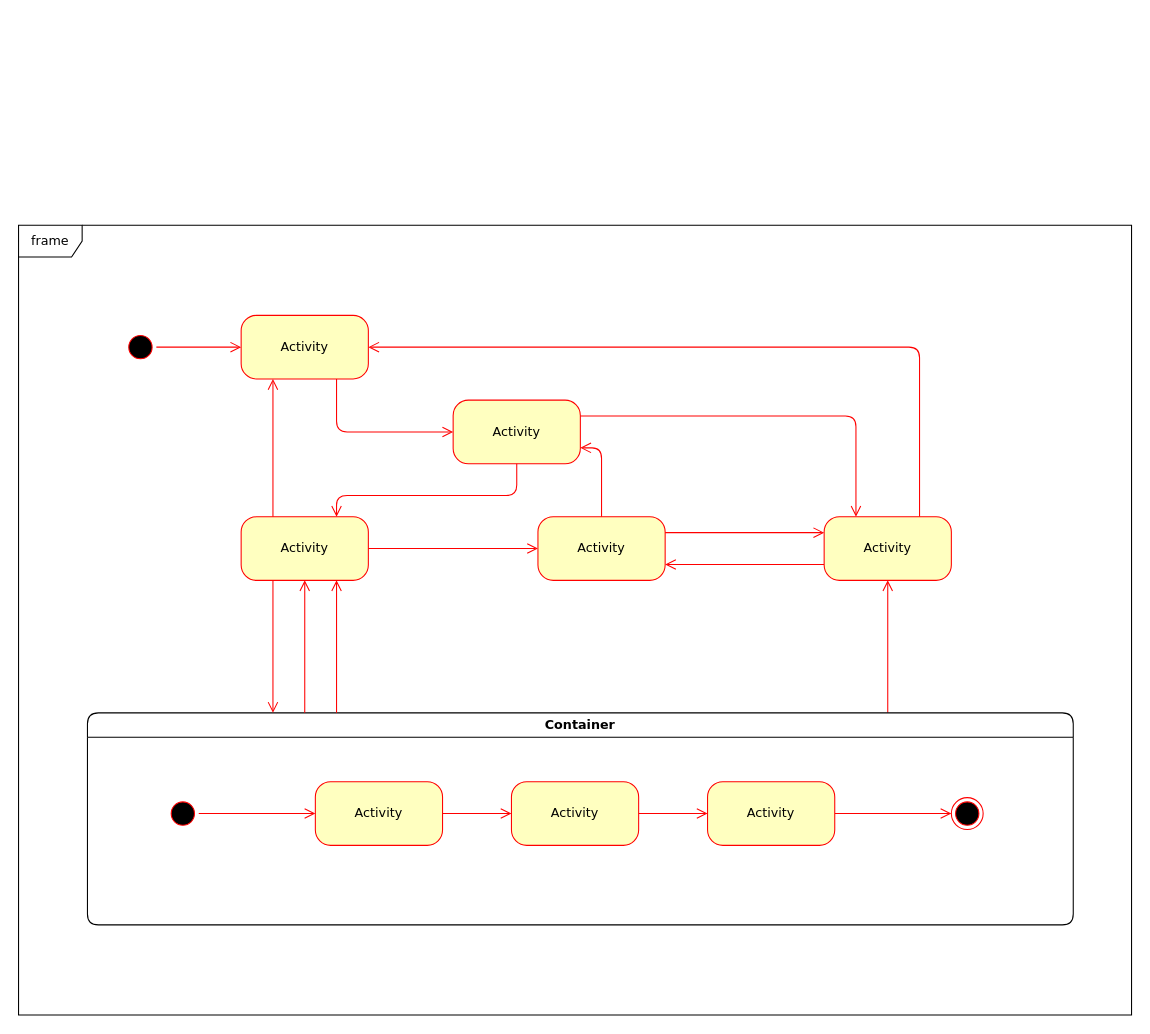
Earlier version of the draw.io diagram Untitled Diagram.drawio (nierto/hello-world). Source tidied: cells renumbered, new cells numbered last; positions are measured from the earlier drawing's top-left corner, leaving out a move shared by most shapes. Both pictures are drawn from the tidied source at 106%, with x=0, y=0 at pixel (18, 225).
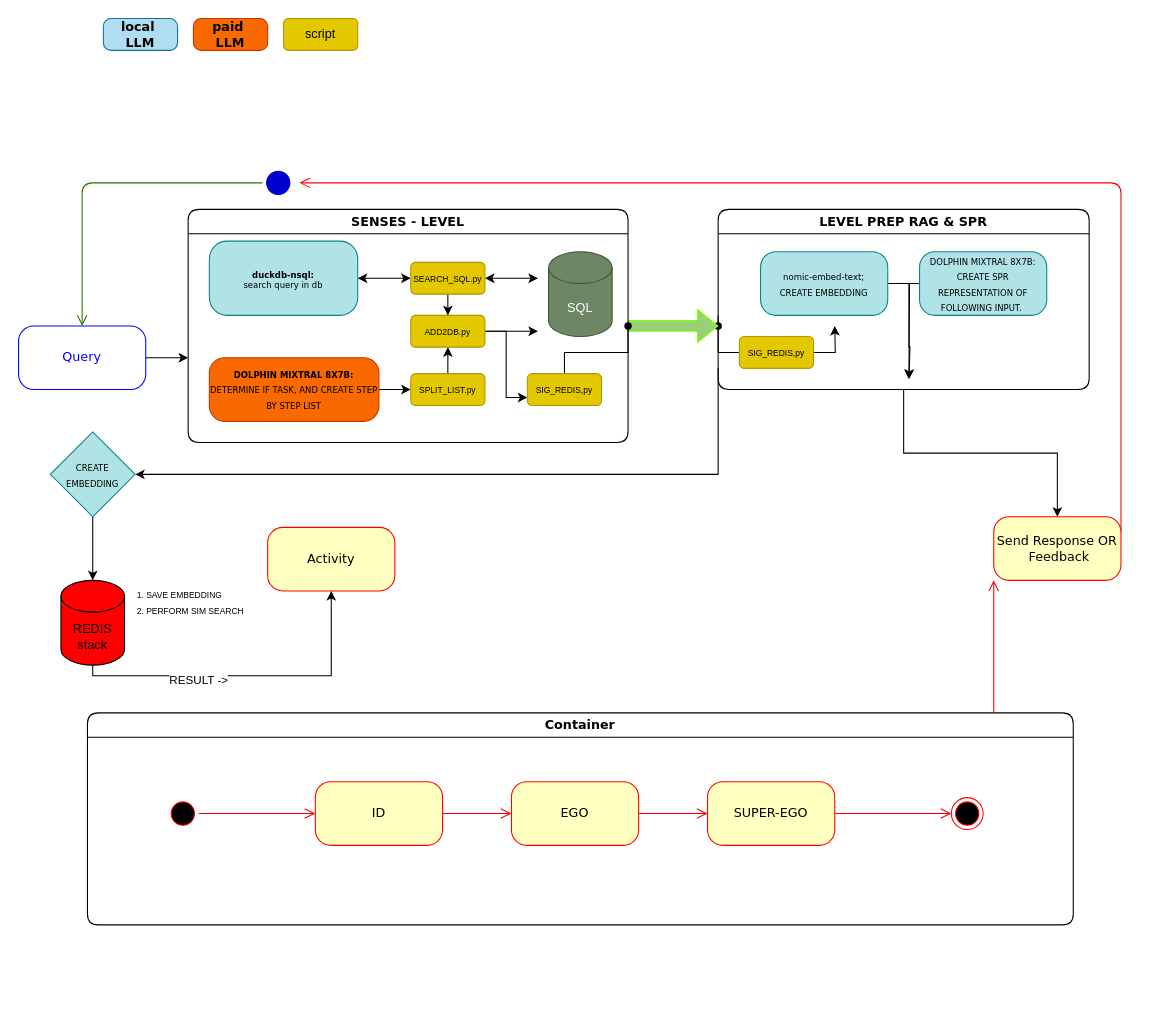
After the change.

The change refers to these unchanged cells:
```xml
<mxCell id="12" value="Container" style="swimlane;whiteSpace=wrap;html=1;rounded=1;shadow=0;comic=0;labelBackgroundColor=none;strokeWidth=1;fontFamily=Verdana;fontSize=12;align=center;" parent="1" vertex="1">
  <mxGeometry x="65" y="460" width="930" height="200" as="geometry" />
</mxCell>
```

The edit, as a diff of the source:
```diff
@@
-    <mxCell id="2" style="ellipse;html=1;shape=startState;fillColor=#000000;strokeColor=#ff0000;rounded=1;shadow=0;comic=0;labelBackgroundColor=none;fontFamily=Verdana;fontSize=12;fontColor=#000000;align=center;direction=south;" parent="1" vertex="1">
-      <mxGeometry x="100" y="100" width="30" height="30" as="geometry" />
+    <mxCell id="2" style="ellipse;html=1;shape=startState;fillColor=#0000CC;strokeColor=#0000CC;rounded=1;shadow=0;comic=0;labelBackgroundColor=none;fontFamily=Verdana;fontSize=12;fontColor=#000000;align=center;direction=south;" parent="1" vertex="1">
+      <mxGeometry x="230" y="-55" width="30" height="30" as="geometry" />
     </mxCell>
-    <mxCell id="3" value="Activity" style="rounded=1;whiteSpace=wrap;html=1;arcSize=24;fillColor=#ffffc0;strokeColor=#ff0000;shadow=0;comic=0;labelBackgroundColor=none;fontFamily=Verdana;fontSize=12;fontColor=#000000;align=center;" parent="1" vertex="1">
-      <mxGeometry x="210" y="275" width="120" height="60" as="geometry" />
-    </mxCell>
+    <mxCell id="33" style="edgeStyle=orthogonalEdgeStyle;rounded=0;jettySize=auto;html=1;" parent="1" edge="1" source="4">
+      <mxGeometry relative="1" as="geometry">
+        <mxPoint x="160" y="125" as="targetPoint" />
+      </mxGeometry>
+    </mxCell>
-    <mxCell id="4" value="Activity" style="rounded=1;whiteSpace=wrap;html=1;arcSize=24;fillColor=#ffffc0;strokeColor=#ff0000;shadow=0;comic=0;labelBackgroundColor=none;fontFamily=Verdana;fontSize=12;fontColor=#000000;align=center;" parent="1" vertex="1">
-      <mxGeometry x="210" y="85" width="120" height="60" as="geometry" />
+    <mxCell id="4" value="&lt;font color=&quot;#0000ff&quot;&gt;Query&lt;/font&gt;" style="rounded=1;whiteSpace=wrap;html=1;arcSize=24;fillColor=#FFFFFF;strokeColor=#0000FF;shadow=0;comic=0;labelBackgroundColor=none;fontFamily=Verdana;fontSize=12;fontColor=#000000;align=center;" parent="1" vertex="1">
+      <mxGeometry y="95" width="120" height="60" as="geometry" />
     </mxCell>
-    <mxCell id="5" style="edgeStyle=orthogonalEdgeStyle;html=1;exitX=1;exitY=0.25;entryX=0.25;entryY=0;labelBackgroundColor=none;endArrow=open;endSize=8;strokeColor=#ff0000;fontFamily=Verdana;fontSize=12;align=left;" parent="1" edge="1" source="6" target="9">
-      <mxGeometry relative="1" as="geometry" />
-    </mxCell>
-    <mxCell id="6" value="Activity" style="rounded=1;whiteSpace=wrap;html=1;arcSize=24;fillColor=#ffffc0;strokeColor=#ff0000;shadow=0;comic=0;labelBackgroundColor=none;fontFamily=Verdana;fontSize=12;fontColor=#000000;align=center;" parent="1" vertex="1">
-      <mxGeometry x="410" y="165" width="120" height="60" as="geometry" />
-    </mxCell>
-    <mxCell id="7" style="edgeStyle=orthogonalEdgeStyle;html=1;exitX=0.75;exitY=0;entryX=1;entryY=0.5;labelBackgroundColor=none;endArrow=open;endSize=8;strokeColor=#ff0000;fontFamily=Verdana;fontSize=12;align=left;" parent="1" edge="1" source="9" target="4">
+    <mxCell id="7" style="edgeStyle=orthogonalEdgeStyle;html=1;exitX=1;exitY=0.25;labelBackgroundColor=none;endArrow=open;endSize=8;strokeColor=#ff0000;fontFamily=Verdana;fontSize=12;align=left;exitDx=0;exitDy=0;" parent="1" edge="1" source="9">
       <mxGeometry relative="1" as="geometry">
+        <mxPoint x="265" y="-40" as="targetPoint" />
         <Array as="points">
-          <mxPoint x="850" y="115" />
+          <mxPoint x="1040" y="-40" />
         </Array>
       </mxGeometry>
     </mxCell>
-    <mxCell id="8" style="edgeStyle=elbowEdgeStyle;html=1;exitX=0;exitY=0.75;entryX=1;entryY=0.75;labelBackgroundColor=none;endArrow=open;endSize=8;strokeColor=#ff0000;fontFamily=Verdana;fontSize=12;align=left;" parent="1" edge="1" source="9" target="10">
-      <mxGeometry relative="1" as="geometry" />
-    </mxCell>
-    <mxCell id="9" value="Activity" style="rounded=1;whiteSpace=wrap;html=1;arcSize=24;fillColor=#ffffc0;strokeColor=#ff0000;shadow=0;comic=0;labelBackgroundColor=none;fontFamily=Verdana;fontSize=12;fontColor=#000000;align=center;" parent="1" vertex="1">
-      <mxGeometry x="760" y="275" width="120" height="60" as="geometry" />
+    <mxCell id="9" value="Send Response OR&lt;div&gt;&lt;span style=&quot;background-color: initial;&quot;&gt;&amp;nbsp;F&lt;/span&gt;&lt;span style=&quot;background-color: initial;&quot;&gt;eedback&lt;/span&gt;&lt;/div&gt;" style="rounded=1;whiteSpace=wrap;html=1;arcSize=24;fillColor=#ffffc0;strokeColor=#ff0000;shadow=0;comic=0;labelBackgroundColor=none;fontFamily=Verdana;fontSize=12;fontColor=#000000;align=center;" parent="1" vertex="1">
+      <mxGeometry x="920" y="275" width="120" height="60" as="geometry" />
     </mxCell>
     <mxCell id="10" value="Activity" style="rounded=1;whiteSpace=wrap;html=1;arcSize=24;fillColor=#ffffc0;strokeColor=#ff0000;shadow=0;comic=0;labelBackgroundColor=none;fontFamily=Verdana;fontSize=12;fontColor=#000000;align=center;" parent="1" vertex="1">
-      <mxGeometry x="490" y="275" width="120" height="60" as="geometry" />
+      <mxGeometry x="235" y="285" width="120" height="60" as="geometry" />
     </mxCell>
     <mxCell id="11" style="edgeStyle=elbowEdgeStyle;html=1;labelBackgroundColor=none;endArrow=open;endSize=8;strokeColor=#ff0000;fontFamily=Verdana;fontSize=12;align=left;" parent="1" edge="1" source="12" target="9">
-      <mxGeometry relative="1" as="geometry" />
+      <mxGeometry relative="1" as="geometry">
+        <Array as="points">
+          <mxPoint x="920" y="405" />
+        </Array>
+      </mxGeometry>
     </mxCell>
@@
-    <mxCell id="14" value="Activity" style="rounded=1;whiteSpace=wrap;html=1;arcSize=24;fillColor=#ffffc0;strokeColor=#ff0000;shadow=0;comic=0;labelBackgroundColor=none;fontFamily=Verdana;fontSize=12;fontColor=#000000;align=center;" parent="12" vertex="1">
+    <mxCell id="14" value="ID" style="rounded=1;whiteSpace=wrap;html=1;arcSize=24;fillColor=#ffffc0;strokeColor=#ff0000;shadow=0;comic=0;labelBackgroundColor=none;fontFamily=Verdana;fontSize=12;fontColor=#000000;align=center;" parent="12" vertex="1">
       <mxGeometry x="215" y="65" width="120" height="60" as="geometry" />
     </mxCell>
@@
-    <mxCell id="19" value="Activity" style="rounded=1;whiteSpace=wrap;html=1;arcSize=24;fillColor=#ffffc0;strokeColor=#ff0000;shadow=0;comic=0;labelBackgroundColor=none;fontFamily=Verdana;fontSize=12;fontColor=#000000;align=center;" parent="12" vertex="1">
+    <mxCell id="19" value="EGO" style="rounded=1;whiteSpace=wrap;html=1;arcSize=24;fillColor=#ffffc0;strokeColor=#ff0000;shadow=0;comic=0;labelBackgroundColor=none;fontFamily=Verdana;fontSize=12;fontColor=#000000;align=center;" parent="12" vertex="1">
       <mxGeometry x="400" y="65" width="120" height="60" as="geometry" />
     </mxCell>
@@
-    <mxCell id="21" value="Activity" style="rounded=1;whiteSpace=wrap;html=1;arcSize=24;fillColor=#ffffc0;strokeColor=#ff0000;shadow=0;comic=0;labelBackgroundColor=none;fontFamily=Verdana;fontSize=12;fontColor=#000000;align=center;" parent="12" vertex="1">
+    <mxCell id="21" value="SUPER-EGO" style="rounded=1;whiteSpace=wrap;html=1;arcSize=24;fillColor=#ffffc0;strokeColor=#ff0000;shadow=0;comic=0;labelBackgroundColor=none;fontFamily=Verdana;fontSize=12;fontColor=#000000;align=center;" parent="12" vertex="1">
       <mxGeometry x="585" y="65" width="120" height="60" as="geometry" />
     </mxCell>
-    <mxCell id="22" value="frame" style="shape=umlFrame;whiteSpace=wrap;html=1;rounded=1;shadow=0;comic=0;labelBackgroundColor=none;strokeWidth=1;fontFamily=Verdana;fontSize=12;align=center;" parent="1" vertex="1">
-      <mxGeometry width="1050" height="745" as="geometry" />
-    </mxCell>
-    <mxCell id="23" style="edgeStyle=orthogonalEdgeStyle;html=1;labelBackgroundColor=none;endArrow=open;endSize=8;strokeColor=#ff0000;fontFamily=Verdana;fontSize=12;align=left;" parent="1" edge="1" source="2" target="4">
+    <mxCell id="23" style="edgeStyle=orthogonalEdgeStyle;html=1;labelBackgroundColor=none;endArrow=open;endSize=8;strokeColor=#2D7600;fontFamily=Verdana;fontSize=12;align=left;fillColor=#60a917;" parent="1" edge="1" source="2" target="4">
       <mxGeometry relative="1" as="geometry" />
     </mxCell>
-    <mxCell id="24" style="edgeStyle=orthogonalEdgeStyle;html=1;labelBackgroundColor=none;endArrow=open;endSize=8;strokeColor=#ff0000;fontFamily=Verdana;fontSize=12;align=left;entryX=0;entryY=0.5;" parent="1" edge="1" source="4" target="6">
-      <mxGeometry relative="1" as="geometry">
-        <Array as="points">
-          <mxPoint x="300" y="195" />
-        </Array>
-      </mxGeometry>
-    </mxCell>
-    <mxCell id="25" style="edgeStyle=orthogonalEdgeStyle;html=1;entryX=0.75;entryY=0;labelBackgroundColor=none;endArrow=open;endSize=8;strokeColor=#ff0000;fontFamily=Verdana;fontSize=12;align=left;exitX=0.5;exitY=1;" parent="1" edge="1" source="6" target="3">
-      <mxGeometry relative="1" as="geometry">
-        <Array as="points">
-          <mxPoint x="470" y="255" />
-          <mxPoint x="300" y="255" />
-        </Array>
-      </mxGeometry>
-    </mxCell>
-    <mxCell id="26" style="edgeStyle=orthogonalEdgeStyle;html=1;exitX=0.25;exitY=0;entryX=0.25;entryY=1;labelBackgroundColor=none;endArrow=open;endSize=8;strokeColor=#ff0000;fontFamily=Verdana;fontSize=12;align=left;" parent="1" edge="1" source="3" target="4">
-      <mxGeometry relative="1" as="geometry" />
-    </mxCell>
-    <mxCell id="27" style="edgeStyle=orthogonalEdgeStyle;html=1;exitX=1;exitY=0.5;entryX=0;entryY=0.5;labelBackgroundColor=none;endArrow=open;endSize=8;strokeColor=#ff0000;fontFamily=Verdana;fontSize=12;align=left;" parent="1" edge="1" source="3" target="10">
-      <mxGeometry relative="1" as="geometry" />
-    </mxCell>
-    <mxCell id="28" style="edgeStyle=orthogonalEdgeStyle;html=1;exitX=0.5;exitY=0;entryX=1;entryY=0.75;labelBackgroundColor=none;endArrow=open;endSize=8;strokeColor=#ff0000;fontFamily=Verdana;fontSize=12;align=left;" parent="1" edge="1" source="10" target="6">
-      <mxGeometry relative="1" as="geometry" />
-    </mxCell>
-    <mxCell id="29" style="edgeStyle=orthogonalEdgeStyle;html=1;exitX=1;exitY=0.25;entryX=0;entryY=0.25;labelBackgroundColor=none;endArrow=open;endSize=8;strokeColor=#ff0000;fontFamily=Verdana;fontSize=12;align=left;" parent="1" edge="1" source="10" target="9">
-      <mxGeometry relative="1" as="geometry" />
-    </mxCell>
-    <mxCell id="30" style="edgeStyle=elbowEdgeStyle;html=1;labelBackgroundColor=none;endArrow=open;endSize=8;strokeColor=#ff0000;fontFamily=Verdana;fontSize=12;align=left;entryX=0.75;entryY=1;" parent="1" edge="1" source="12" target="3">
-      <mxGeometry relative="1" as="geometry" />
-    </mxCell>
-    <mxCell id="31" style="edgeStyle=elbowEdgeStyle;html=1;labelBackgroundColor=none;endArrow=open;endSize=8;strokeColor=#ff0000;fontFamily=Verdana;fontSize=12;align=left;entryX=0.5;entryY=1;" parent="1" edge="1" source="12" target="3">
-      <mxGeometry relative="1" as="geometry" />
-    </mxCell>
-    <mxCell id="32" style="edgeStyle=elbowEdgeStyle;html=1;labelBackgroundColor=none;endArrow=open;endSize=8;strokeColor=#ff0000;fontFamily=Verdana;fontSize=12;align=left;exitX=0.25;exitY=1;" parent="1" edge="1" source="3" target="12">
-      <mxGeometry relative="1" as="geometry" />
-    </mxCell>
+    <mxCell id="34" style="edgeStyle=orthogonalEdgeStyle;rounded=0;jettySize=auto;html=1;entryX=0.5;entryY=1;entryDx=0;entryDy=0;" parent="1" edge="1" source="36" target="10">
+      <mxGeometry relative="1" as="geometry">
+        <Array as="points">
+          <mxPoint x="70" y="425" />
+          <mxPoint x="295" y="425" />
+        </Array>
+      </mxGeometry>
+    </mxCell>
+    <mxCell id="35" value="RESULT -&amp;gt;" style="edgeLabel;html=1;align=center;verticalAlign=middle;" parent="34" vertex="1">
+      <mxGeometry x="-0.31" y="-3" relative="1" as="geometry" />
+    </mxCell>
+    <mxCell id="36" value="REDIS&lt;div&gt;stack&lt;/div&gt;" style="shape=cylinder3;whiteSpace=wrap;html=1;boundedLbl=1;backgroundOutline=1;size=15;fillColor=#FF0000;" parent="1" vertex="1">
+      <mxGeometry x="40" y="335" width="60" height="80" as="geometry" />
+    </mxCell>
+    <mxCell id="37" style="edgeStyle=orthogonalEdgeStyle;rounded=0;jettySize=auto;html=1;" parent="1" edge="1" target="68">
+      <mxGeometry relative="1" as="geometry">
+        <mxPoint x="660" y="135" as="sourcePoint" />
+        <Array as="points">
+          <mxPoint x="660" y="235" />
+        </Array>
+      </mxGeometry>
+    </mxCell>
+    <mxCell id="38" style="edgeStyle=orthogonalEdgeStyle;rounded=0;jettySize=auto;html=1;entryX=0.5;entryY=0;entryDx=0;entryDy=0;" parent="1" edge="1" source="39" target="9">
+      <mxGeometry relative="1" as="geometry" />
+    </mxCell>
+    <mxCell id="39" value="LEVEL PREP RAG &amp;amp; SPR" style="swimlane;whiteSpace=wrap;html=1;rounded=1;shadow=0;comic=0;labelBackgroundColor=none;strokeWidth=1;fontFamily=Verdana;fontSize=12;align=center;" parent="1" vertex="1">
+      <mxGeometry x="660" y="-15" width="350" height="170" as="geometry" />
+    </mxCell>
+    <mxCell id="40" style="edgeStyle=orthogonalEdgeStyle;rounded=0;jettySize=auto;html=1;" parent="39" edge="1" source="41">
+      <mxGeometry relative="1" as="geometry">
+        <mxPoint x="180" y="160" as="targetPoint" />
+        <Array as="points">
+          <mxPoint x="180" y="70" />
+          <mxPoint x="180" y="130" />
+          <mxPoint x="181" y="130" />
+        </Array>
+      </mxGeometry>
+    </mxCell>
+    <mxCell id="41" value="&lt;font style=&quot;font-size: 8px;&quot;&gt;DOLPHIN MIXTRAL 8X7B:&lt;br&gt;CREATE SPR REPRESENTATION OF FOLLOWING INPUT.&amp;nbsp;&lt;/font&gt;" style="whiteSpace=wrap;html=1;fontFamily=Verdana;fillColor=#b0e3e6;strokeColor=#0e8088;rounded=1;arcSize=24;shadow=0;comic=0;labelBackgroundColor=none;" parent="39" vertex="1">
+      <mxGeometry x="190" y="40" width="120" height="60" as="geometry" />
+    </mxCell>
+    <mxCell id="42" style="edgeStyle=orthogonalEdgeStyle;rounded=0;jettySize=auto;html=1;" parent="39" edge="1" source="6">
+      <mxGeometry relative="1" as="geometry">
+        <mxPoint x="180" y="160" as="targetPoint" />
+      </mxGeometry>
+    </mxCell>
+    <mxCell id="6" value="&lt;font style=&quot;font-size: 8px;&quot;&gt;nomic-embed-text;&lt;br&gt;CREATE EMBEDDING&lt;/font&gt;" style="rounded=1;whiteSpace=wrap;html=1;arcSize=24;fillColor=#b0e3e6;strokeColor=#0e8088;shadow=0;comic=0;labelBackgroundColor=none;fontFamily=Verdana;fontSize=12;align=center;" parent="39" vertex="1">
+      <mxGeometry x="40" y="40" width="120" height="60" as="geometry" />
+    </mxCell>
+    <mxCell id="43" style="edgeStyle=orthogonalEdgeStyle;rounded=0;jettySize=auto;html=1;endArrow=oval;endFill=1;" parent="39" edge="1" source="45">
+      <mxGeometry relative="1" as="geometry">
+        <mxPoint y="110" as="targetPoint" />
+      </mxGeometry>
+    </mxCell>
+    <mxCell id="44" style="edgeStyle=orthogonalEdgeStyle;rounded=0;jettySize=auto;html=1;" parent="39" edge="1" source="45">
+      <mxGeometry relative="1" as="geometry">
+        <mxPoint x="110" y="110" as="targetPoint" />
+      </mxGeometry>
+    </mxCell>
+    <mxCell id="45" value="&lt;font style=&quot;font-size: 8px;&quot;&gt;SIG_REDIS,py&lt;/font&gt;" style="rounded=1;whiteSpace=wrap;html=1;fillColor=#e3c800;fontColor=#000000;strokeColor=#B09500;" parent="39" vertex="1">
+      <mxGeometry x="20" y="120" width="70" height="30" as="geometry" />
+    </mxCell>
+    <mxCell id="46" value="&lt;font style=&quot;font-size: 8px;&quot;&gt;1. SAVE EMBEDDING&lt;/font&gt;&lt;div style=&quot;&quot;&gt;&lt;font style=&quot;font-size: 8px;&quot;&gt;2. PERFORM SIM SEARCH&lt;/font&gt;&lt;/div&gt;" style="text;html=1;align=left;verticalAlign=middle;strokeColor=none;fillColor=none;" parent="1" vertex="1">
+      <mxGeometry x="110" y="335" width="120" height="40" as="geometry" />
+    </mxCell>
+    <mxCell id="47" style="edgeStyle=orthogonalEdgeStyle;rounded=0;jettySize=auto;html=1;shape=flexArrow;strokeColor=#80FF00;fillColor=#97D077;" parent="1" edge="1" source="48">
+      <mxGeometry relative="1" as="geometry">
+        <mxPoint x="660" y="95" as="targetPoint" />
+      </mxGeometry>
+    </mxCell>
+    <mxCell id="48" value="SENSES - LEVEL" style="swimlane;whiteSpace=wrap;html=1;rounded=1;shadow=0;comic=0;labelBackgroundColor=none;strokeWidth=1;fontFamily=Verdana;fontSize=12;align=center;" parent="1" vertex="1">
+      <mxGeometry x="160" y="-15" width="415" height="220" as="geometry" />
+    </mxCell>
+    <mxCell id="49" style="edgeStyle=orthogonalEdgeStyle;rounded=0;jettySize=auto;html=1;entryX=0;entryY=0.5;entryDx=0;entryDy=0;" parent="48" edge="1" source="50" target="55">
+      <mxGeometry relative="1" as="geometry" />
+    </mxCell>
+    <mxCell id="50" value="&lt;font style=&quot;font-size: 8px;&quot;&gt;&lt;b&gt;DOLPHIN MIXTRAL 8X7B:&lt;/b&gt;&lt;/font&gt;&lt;div&gt;&lt;span style=&quot;font-size: 8px;&quot;&gt;DETERMINE IF TASK, AND CREATE STEP BY STEP LIST&lt;/span&gt;&lt;/div&gt;" style="whiteSpace=wrap;html=1;fontFamily=Verdana;fillColor=#fa6800;strokeColor=#C73500;fontColor=#000000;rounded=1;arcSize=24;shadow=0;comic=0;labelBackgroundColor=none;" parent="48" vertex="1">
+      <mxGeometry x="20" y="140" width="160" height="60" as="geometry" />
+    </mxCell>
+    <mxCell id="51" style="edgeStyle=orthogonalEdgeStyle;rounded=0;jettySize=auto;html=1;entryX=0;entryY=0.5;entryDx=0;entryDy=0;startArrow=classic;startFill=1;" parent="48" edge="1" source="52" target="58">
+      <mxGeometry relative="1" as="geometry" />
+    </mxCell>
+    <mxCell id="52" value="&lt;font style=&quot;font-size: 8px;&quot;&gt;&lt;b&gt;duckdb-nsql:&lt;/b&gt;&lt;/font&gt;&lt;div style=&quot;font-size: 8px;&quot;&gt;&lt;font style=&quot;font-size: 8px;&quot;&gt;search query in db&lt;/font&gt;&lt;/div&gt;" style="whiteSpace=wrap;html=1;fontFamily=Verdana;fillColor=#b0e3e6;strokeColor=#0e8088;rounded=1;arcSize=24;shadow=0;comic=0;labelBackgroundColor=none;" parent="48" vertex="1">
+      <mxGeometry x="20" y="30" width="140" height="70" as="geometry" />
+    </mxCell>
+    <mxCell id="53" value="SQL" style="shape=cylinder3;whiteSpace=wrap;html=1;boundedLbl=1;backgroundOutline=1;size=15;fillColor=#6d8764;fontColor=#ffffff;strokeColor=#3A5431;" parent="48" vertex="1">
+      <mxGeometry x="340" y="40" width="60" height="80" as="geometry" />
+    </mxCell>
+    <mxCell id="54" style="edgeStyle=orthogonalEdgeStyle;rounded=0;jettySize=auto;html=1;entryX=0.5;entryY=1;entryDx=0;entryDy=0;" parent="48" edge="1" source="55" target="61">
+      <mxGeometry relative="1" as="geometry" />
+    </mxCell>
+    <mxCell id="55" value="&lt;font style=&quot;font-size: 8px;&quot;&gt;SPLIT_LIST.py&lt;/font&gt;" style="rounded=1;whiteSpace=wrap;html=1;fillColor=#e3c800;fontColor=#000000;strokeColor=#B09500;" parent="48" vertex="1">
+      <mxGeometry x="210" y="155" width="70" height="30" as="geometry" />
+    </mxCell>
+    <mxCell id="56" style="edgeStyle=orthogonalEdgeStyle;rounded=0;jettySize=auto;html=1;" parent="48" edge="1" source="58" target="61">
+      <mxGeometry relative="1" as="geometry" />
+    </mxCell>
+    <mxCell id="57" style="edgeStyle=orthogonalEdgeStyle;rounded=0;jettySize=auto;html=1;startArrow=classic;startFill=1;" parent="48" edge="1" source="58">
+      <mxGeometry relative="1" as="geometry">
+        <mxPoint x="330" y="65" as="targetPoint" />
+      </mxGeometry>
+    </mxCell>
+    <mxCell id="58" value="&lt;font style=&quot;font-size: 8px;&quot;&gt;SEARCH_SQL.py&lt;/font&gt;" style="rounded=1;whiteSpace=wrap;html=1;fillColor=#e3c800;fontColor=#000000;strokeColor=#B09500;" parent="48" vertex="1">
+      <mxGeometry x="210" y="50" width="70" height="30" as="geometry" />
+    </mxCell>
+    <mxCell id="59" style="edgeStyle=orthogonalEdgeStyle;rounded=0;jettySize=auto;html=1;" parent="48" edge="1" source="61">
+      <mxGeometry relative="1" as="geometry">
+        <mxPoint x="330" y="115" as="targetPoint" />
+      </mxGeometry>
+    </mxCell>
+    <mxCell id="60" style="edgeStyle=orthogonalEdgeStyle;rounded=0;jettySize=auto;html=1;entryX=0;entryY=0.75;entryDx=0;entryDy=0;" parent="48" edge="1" source="61" target="63">
+      <mxGeometry relative="1" as="geometry" />
+    </mxCell>
+    <mxCell id="61" value="&lt;font style=&quot;font-size: 8px;&quot;&gt;ADD2DB.py&lt;/font&gt;" style="rounded=1;whiteSpace=wrap;html=1;fillColor=#e3c800;fontColor=#000000;strokeColor=#B09500;" parent="48" vertex="1">
+      <mxGeometry x="210" y="100" width="70" height="30" as="geometry" />
+    </mxCell>
+    <mxCell id="62" style="edgeStyle=orthogonalEdgeStyle;rounded=0;jettySize=auto;html=1;entryX=1;entryY=0.5;entryDx=0;entryDy=0;endArrow=oval;endFill=1;" parent="48" edge="1" source="63" target="48">
+      <mxGeometry relative="1" as="geometry">
+        <Array as="points">
+          <mxPoint x="355" y="135" />
+          <mxPoint x="415" y="135" />
+        </Array>
+      </mxGeometry>
+    </mxCell>
+    <mxCell id="63" value="&lt;font style=&quot;font-size: 8px;&quot;&gt;SIG_REDIS,py&lt;/font&gt;" style="rounded=1;whiteSpace=wrap;html=1;fillColor=#e3c800;fontColor=#000000;strokeColor=#B09500;" parent="48" vertex="1">
+      <mxGeometry x="320" y="155" width="70" height="30" as="geometry" />
+    </mxCell>
+    <mxCell id="64" value="&lt;b&gt;paid&amp;nbsp;&lt;/b&gt;&lt;div&gt;&lt;b&gt;LLM&lt;/b&gt;&lt;/div&gt;" style="whiteSpace=wrap;html=1;fontFamily=Verdana;fillColor=#fa6800;strokeColor=#C73500;fontColor=#000000;rounded=1;arcSize=24;shadow=0;comic=0;labelBackgroundColor=none;" parent="1" vertex="1">
+      <mxGeometry x="165" y="-195" width="70" height="30" as="geometry" />
+    </mxCell>
+    <mxCell id="65" value="script" style="rounded=1;whiteSpace=wrap;html=1;fillColor=#e3c800;fontColor=#000000;strokeColor=#B09500;" parent="1" vertex="1">
+      <mxGeometry x="250" y="-195" width="70" height="30" as="geometry" />
+    </mxCell>
+    <mxCell id="66" value="&lt;b&gt;local&amp;nbsp;&lt;/b&gt;&lt;div&gt;&lt;b&gt;LLM&lt;/b&gt;&lt;/div&gt;" style="whiteSpace=wrap;html=1;fontFamily=Verdana;fillColor=#b1ddf0;strokeColor=#10739e;rounded=1;arcSize=24;shadow=0;comic=0;labelBackgroundColor=none;" parent="1" vertex="1">
+      <mxGeometry x="80" y="-195" width="70" height="30" as="geometry" />
+    </mxCell>
+    <mxCell id="67" style="edgeStyle=orthogonalEdgeStyle;rounded=0;jettySize=auto;html=1;" parent="1" edge="1" source="68" target="36">
+      <mxGeometry relative="1" as="geometry" />
+    </mxCell>
+    <mxCell id="68" value="&lt;span style=&quot;font-family: Verdana; font-size: 8px;&quot;&gt;CREATE EMBEDDING&lt;/span&gt;" style="rhombus;whiteSpace=wrap;html=1;fillColor=#b0e3e6;strokeColor=#0e8088;" parent="1" vertex="1">
+      <mxGeometry x="30" y="195" width="80" height="80" as="geometry" />
+    </mxCell>
```
